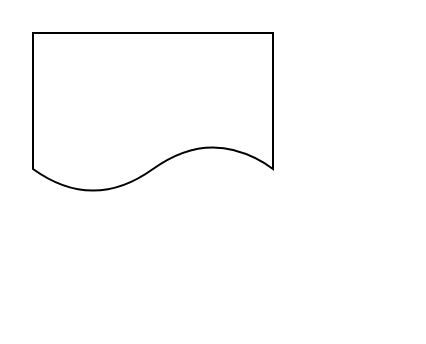
This is flowchart/view.drawio from ji-9/MyShop, a draw.io file, before an edit. Source tidied: cells renumbered, new cells numbered last; positions are measured from the earlier drawing's top-left corner, leaving out a move shared by most shapes. Both pictures are drawn from the tidied source at 200%, with x=0, y=0 at pixel (32, 32).
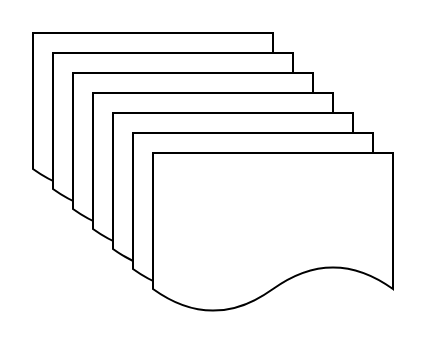
The same diagram, later.

Diff of the diagram source:
```diff
@@
 <mxGraphModel>
   <root>
     <mxCell id="0" />
     <mxCell id="1" parent="0" />
     <mxCell id="2" style="shape=document;whiteSpace=wrap;html=1;boundedLbl=1;" parent="1" vertex="1">
       <mxGeometry width="120" height="80" as="geometry" />
     </mxCell>
+    <mxCell id="3" style="shape=document;whiteSpace=wrap;html=1;boundedLbl=1;" parent="1" vertex="1">
+      <mxGeometry x="10" y="10" width="120" height="80" as="geometry" />
+    </mxCell>
+    <mxCell id="4" style="shape=document;whiteSpace=wrap;html=1;boundedLbl=1;" parent="1" vertex="1">
+      <mxGeometry x="20" y="20" width="120" height="80" as="geometry" />
+    </mxCell>
+    <mxCell id="5" style="shape=document;whiteSpace=wrap;html=1;boundedLbl=1;" parent="1" vertex="1">
+      <mxGeometry x="30" y="30" width="120" height="80" as="geometry" />
+    </mxCell>
+    <mxCell id="6" style="shape=document;whiteSpace=wrap;html=1;boundedLbl=1;" parent="1" vertex="1">
+      <mxGeometry x="40" y="40" width="120" height="80" as="geometry" />
+    </mxCell>
+    <mxCell id="7" style="shape=document;whiteSpace=wrap;html=1;boundedLbl=1;" parent="1" vertex="1">
+      <mxGeometry x="50" y="50" width="120" height="80" as="geometry" />
+    </mxCell>
+    <mxCell id="8" style="shape=document;whiteSpace=wrap;html=1;boundedLbl=1;" parent="1" vertex="1">
+      <mxGeometry x="60" y="60" width="120" height="80" as="geometry" />
+    </mxCell>
   </root>
 </mxGraphModel>
```
